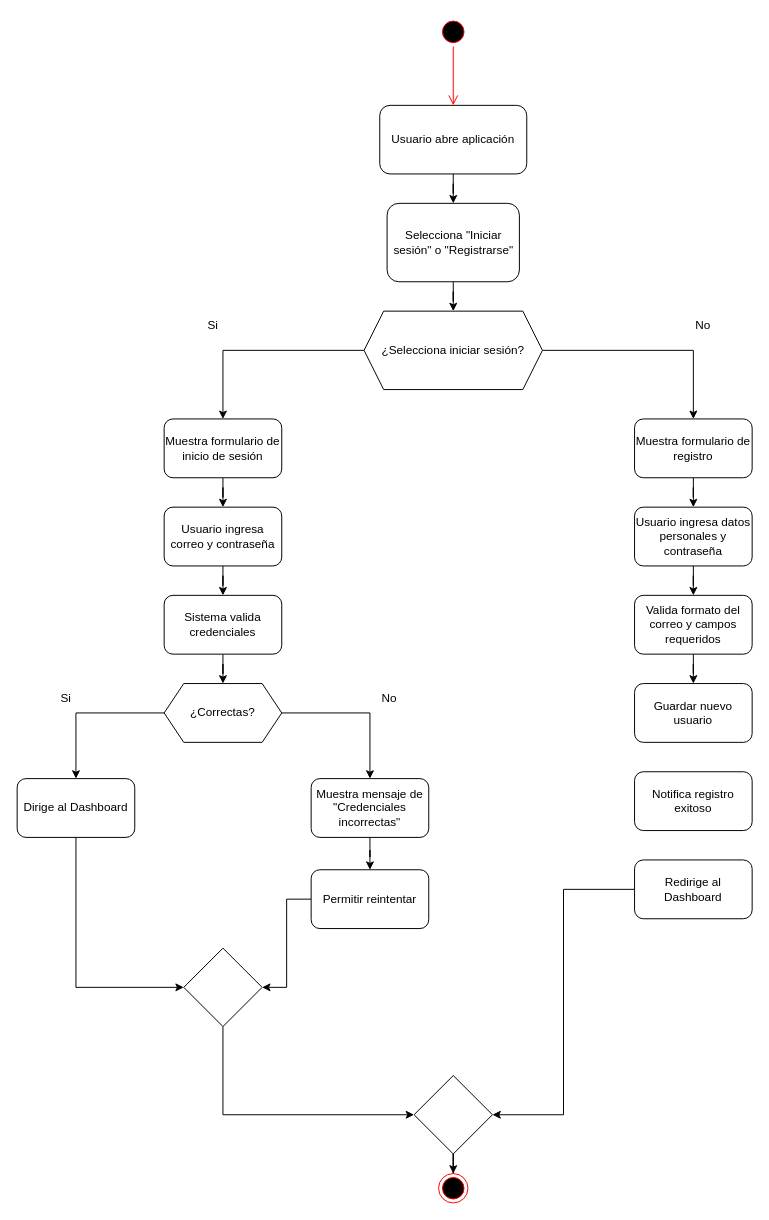
Above: Flujos de interaccion de usuario/Inicio de sesión - Registro.drawio in Juan-Cortes2045/Energy-Monitor-Documentation (draw.io), before the change. Source tidied: cells renumbered, new cells numbered last; positions are measured from the earlier drawing's top-left corner, leaving out a move shared by most shapes. Both pictures are drawn from the tidied source at 98%, with x=0, y=0 at pixel (17, 17).
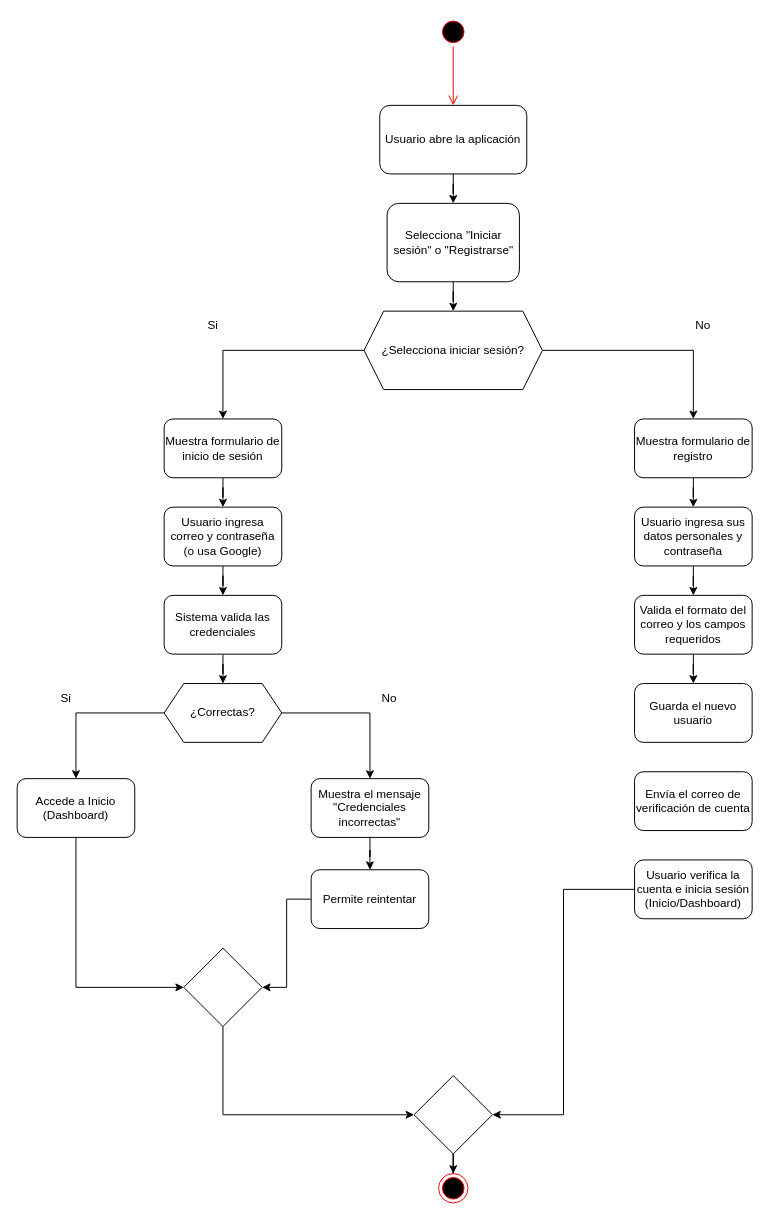
After the change.

Change to the diagram source:
```diff
@@
-    <mxCell id="3" value="Usuario abre aplicación" style="rounded=1;whiteSpace=wrap;html=1;" parent="1" vertex="1">
+    <mxCell id="3" value="Usuario abre la aplicación" style="rounded=1;whiteSpace=wrap;html=1;" parent="1" vertex="1">
       <mxGeometry x="370" y="90" width="150" height="70" as="geometry" />
     </mxCell>
@@
-    <mxCell id="18" value="Usuario ingresa correo y contraseña" style="rounded=1;whiteSpace=wrap;html=1;" parent="1" vertex="1">
+    <mxCell id="18" value="Usuario ingresa correo y contraseña (o usa Google)" style="rounded=1;whiteSpace=wrap;html=1;" parent="1" vertex="1">
       <mxGeometry x="150" y="500" width="120" height="60" as="geometry" />
     </mxCell>
@@
-    <mxCell id="20" value="Sistema valida credenciales" style="rounded=1;whiteSpace=wrap;html=1;" parent="1" vertex="1">
+    <mxCell id="20" value="Sistema valida las credenciales" style="rounded=1;whiteSpace=wrap;html=1;" parent="1" vertex="1">
       <mxGeometry x="150" y="590" width="120" height="60" as="geometry" />
     </mxCell>
@@
-    <mxCell id="25" value="Dirige al Dashboard" style="rounded=1;whiteSpace=wrap;html=1;" parent="1" vertex="1">
+    <mxCell id="25" value="Accede a Inicio (Dashboard)" style="rounded=1;whiteSpace=wrap;html=1;" parent="1" vertex="1">
       <mxGeometry y="777" width="120" height="60" as="geometry" />
     </mxCell>
@@
-    <mxCell id="28" value="Muestra mensaje de &quot;Credenciales incorrectas&quot;" style="rounded=1;whiteSpace=wrap;html=1;" parent="1" vertex="1">
+    <mxCell id="28" value="Muestra el mensaje &quot;Credenciales incorrectas&quot;" style="rounded=1;whiteSpace=wrap;html=1;" parent="1" vertex="1">
       <mxGeometry x="300" y="777" width="120" height="60" as="geometry" />
     </mxCell>
@@
-    <mxCell id="32" value="Permitir reintentar" style="rounded=1;whiteSpace=wrap;html=1;" parent="1" vertex="1">
+    <mxCell id="32" value="Permite reintentar" style="rounded=1;whiteSpace=wrap;html=1;" parent="1" vertex="1">
       <mxGeometry x="300" y="870" width="120" height="60" as="geometry" />
     </mxCell>
@@
-    <mxCell id="34" value="Usuario ingresa datos personales y contraseña" style="rounded=1;whiteSpace=wrap;html=1;" parent="1" vertex="1">
+    <mxCell id="34" value="Usuario ingresa sus datos personales y contraseña" style="rounded=1;whiteSpace=wrap;html=1;" parent="1" vertex="1">
       <mxGeometry x="630" y="500" width="120" height="60" as="geometry" />
     </mxCell>
@@
-    <mxCell id="36" value="Valida formato del correo y campos requeridos" style="rounded=1;whiteSpace=wrap;html=1;" parent="1" vertex="1">
+    <mxCell id="36" value="Valida el formato del correo y los campos requeridos" style="rounded=1;whiteSpace=wrap;html=1;" parent="1" vertex="1">
       <mxGeometry x="630" y="590" width="120" height="60" as="geometry" />
     </mxCell>
-    <mxCell id="37" value="Guardar nuevo usuario" style="rounded=1;whiteSpace=wrap;html=1;" parent="1" vertex="1">
+    <mxCell id="37" value="Guarda el nuevo usuario" style="rounded=1;whiteSpace=wrap;html=1;" parent="1" vertex="1">
       <mxGeometry x="630" y="680" width="120" height="60" as="geometry" />
     </mxCell>
-    <mxCell id="38" value="Notifica registro exitoso" style="rounded=1;whiteSpace=wrap;html=1;" parent="1" vertex="1">
+    <mxCell id="38" value="Envía el correo de verificación de cuenta" style="rounded=1;whiteSpace=wrap;html=1;" parent="1" vertex="1">
       <mxGeometry x="630" y="770" width="120" height="60" as="geometry" />
     </mxCell>
@@
-    <mxCell id="40" value="Redirige al Dashboard" style="rounded=1;whiteSpace=wrap;html=1;" parent="1" vertex="1">
+    <mxCell id="40" value="Usuario verifica la cuenta e inicia sesión (Inicio/Dashboard)" style="rounded=1;whiteSpace=wrap;html=1;" parent="1" vertex="1">
       <mxGeometry x="630" y="860" width="120" height="60" as="geometry" />
     </mxCell>
```
